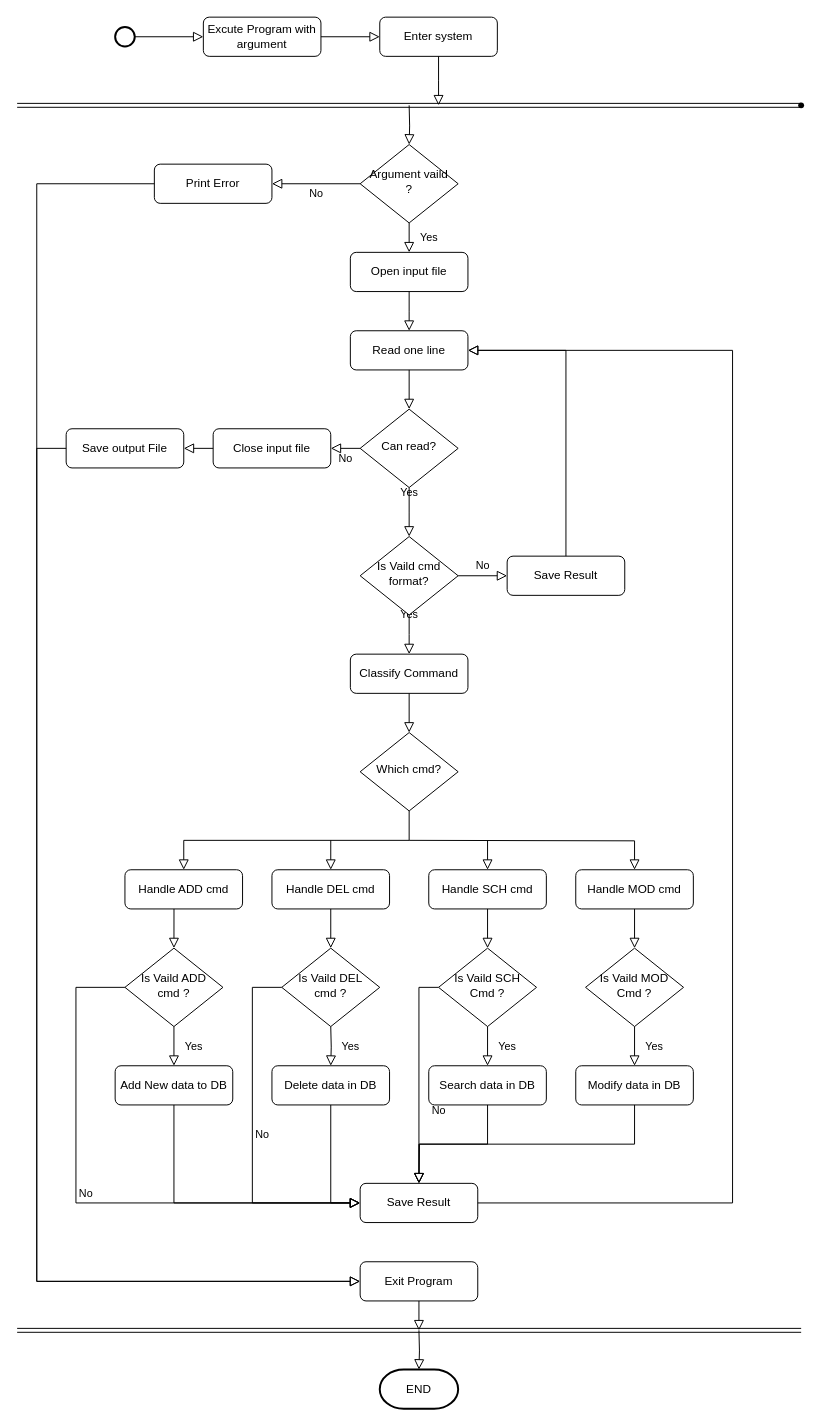
The draw.io diagram Doc/Design/Activity_Diagram.drawio in siheungkim/Hit, before the edit. Source tidied: cells renumbered, new cells numbered last; positions are measured from the earlier drawing's top-left corner, leaving out a move shared by most shapes. Both pictures are drawn from the tidied source at 98%, with x=0, y=0 at pixel (17, 17).
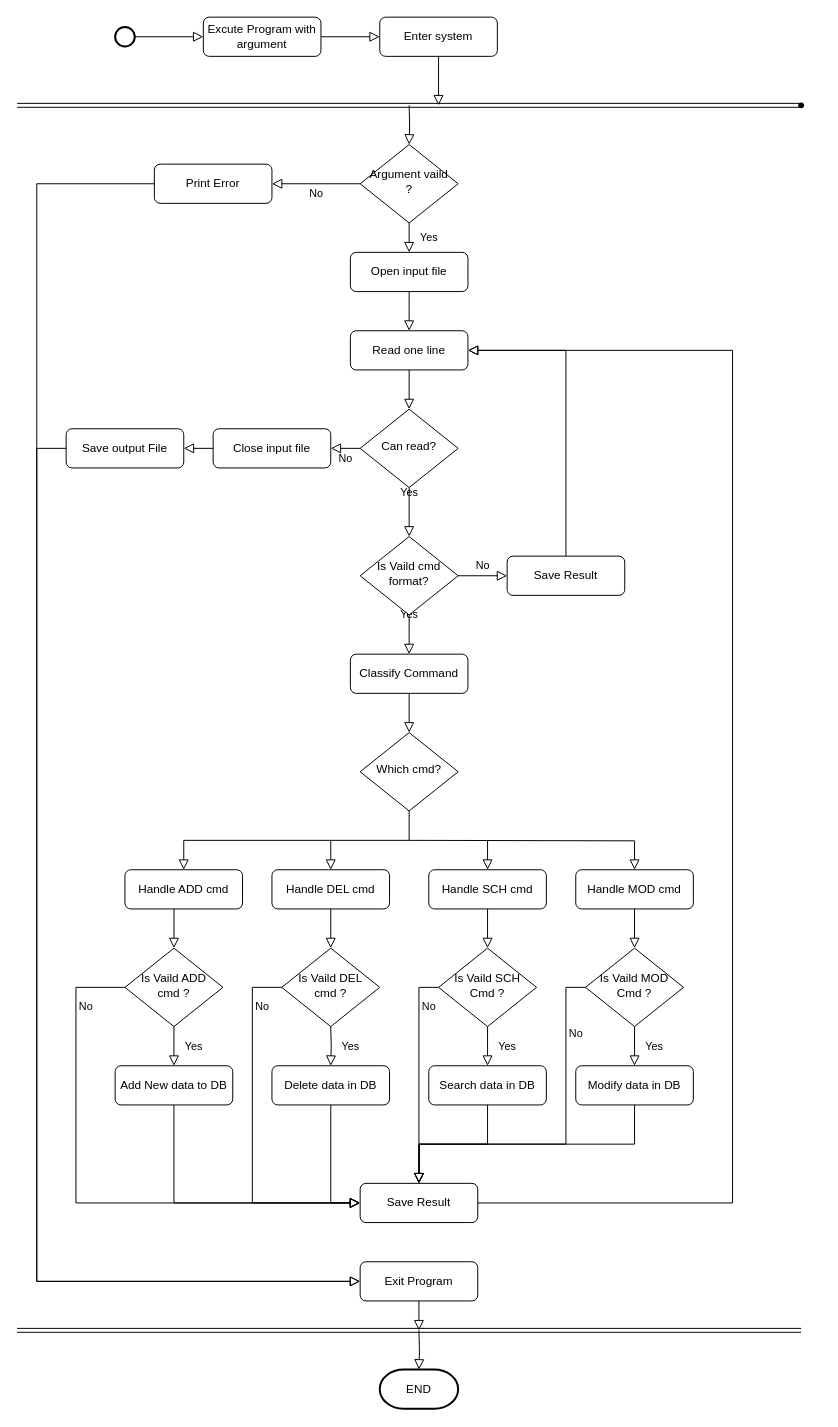
The same page after the edit.

Unchanged cells that the change refers to:
```xml
<mxCell id="15" value="Is Vaild DEL cmd ?" style="rhombus;whiteSpace=wrap;html=1;shadow=0;fontFamily=Helvetica;fontSize=12;align=center;strokeWidth=1;spacing=6;spacingTop=-4;" parent="1" vertex="1">
  <mxGeometry x="270" y="950" width="100" height="80" as="geometry" />
</mxCell>
<mxCell id="16" value="Is Vaild SCH Cmd ?" style="rhombus;whiteSpace=wrap;html=1;shadow=0;fontFamily=Helvetica;fontSize=12;align=center;strokeWidth=1;spacing=6;spacingTop=-4;" parent="1" vertex="1">
  <mxGeometry x="430" y="950" width="100" height="80" as="geometry" />
</mxCell>
<mxCell id="18" value="Is Vaild MOD Cmd ?" style="rhombus;whiteSpace=wrap;html=1;shadow=0;fontFamily=Helvetica;fontSize=12;align=center;strokeWidth=1;spacing=6;spacingTop=-4;" parent="1" vertex="1">
  <mxGeometry x="580" y="950" width="100" height="80" as="geometry" />
</mxCell>
<mxCell id="30" value="Is Vaild ADD cmd ?" style="rhombus;whiteSpace=wrap;html=1;shadow=0;fontFamily=Helvetica;fontSize=12;align=center;strokeWidth=1;spacing=6;spacingTop=-4;" parent="1" vertex="1">
  <mxGeometry x="110" y="950" width="100" height="80" as="geometry" />
</mxCell>
<mxCell id="50" value="Save Result" style="rounded=1;whiteSpace=wrap;html=1;fontSize=12;glass=0;strokeWidth=1;shadow=0;" parent="1" vertex="1">
  <mxGeometry x="350" y="1190" width="120" height="40" as="geometry" />
</mxCell>
```

Change to the diagram source:
```diff
@@
     <mxCell id="6" value="No" style="rounded=0;html=1;jettySize=auto;fontSize=11;endArrow=block;endFill=0;endSize=8;strokeWidth=1;shadow=0;labelBackgroundColor=none;edgeStyle=orthogonalEdgeStyle;exitX=0;exitY=0.5;exitDx=0;exitDy=0;entryX=0.5;entryY=0;entryDx=0;entryDy=0;" parent="1" edge="1" source="16" target="50">
-      <mxGeometry x="0.33" y="20" relative="1" as="geometry" />
+      <mxGeometry x="-0.64" y="10" relative="1" as="geometry" />
     </mxCell>
@@
     <mxCell id="60" value="No" style="edgeStyle=orthogonalEdgeStyle;rounded=0;html=1;jettySize=auto;fontSize=11;endArrow=block;endFill=0;endSize=8;strokeWidth=1;shadow=0;labelBackgroundColor=none;exitX=0;exitY=0.5;exitDx=0;exitDy=0;" parent="1" edge="1" source="30">
-      <mxGeometry y="10" relative="1" as="geometry">
+      <mxGeometry x="-0.75" y="10" relative="1" as="geometry">
         <mxPoint x="350" y="1210" as="targetPoint" />
         <Array as="points">
           <mxPoint x="60" y="990" />
           <mxPoint x="60" y="1210" />
         </Array>
       </mxGeometry>
     </mxCell>
     <mxCell id="61" value="No" style="edgeStyle=orthogonalEdgeStyle;rounded=0;html=1;jettySize=auto;fontSize=11;endArrow=block;endFill=0;endSize=8;strokeWidth=1;shadow=0;labelBackgroundColor=none;exitX=0;exitY=0.5;exitDx=0;exitDy=0;entryX=0;entryY=0.5;entryDx=0;entryDy=0;" parent="1" edge="1" source="15" target="50">
-      <mxGeometry y="10" relative="1" as="geometry">
+      <mxGeometry x="-0.72" y="10" relative="1" as="geometry">
         <Array as="points">
           <mxPoint x="240" y="990" />
           <mxPoint x="240" y="1210" />
         </Array>
       </mxGeometry>
     </mxCell>
@@
+    <mxCell id="73" value="No" style="rounded=0;html=1;jettySize=auto;fontSize=11;endArrow=block;endFill=0;endSize=8;strokeWidth=1;shadow=0;labelBackgroundColor=none;edgeStyle=orthogonalEdgeStyle;exitX=0;exitY=0.5;exitDx=0;exitDy=0;" parent="1" edge="1" source="18">
+      <mxGeometry x="-0.64" y="10" relative="1" as="geometry">
+        <mxPoint x="410" y="1190" as="targetPoint" />
+        <Array as="points">
+          <mxPoint x="560" y="990" />
+          <mxPoint x="560" y="1150" />
+          <mxPoint x="410" y="1150" />
+        </Array>
+      </mxGeometry>
+    </mxCell>
```
